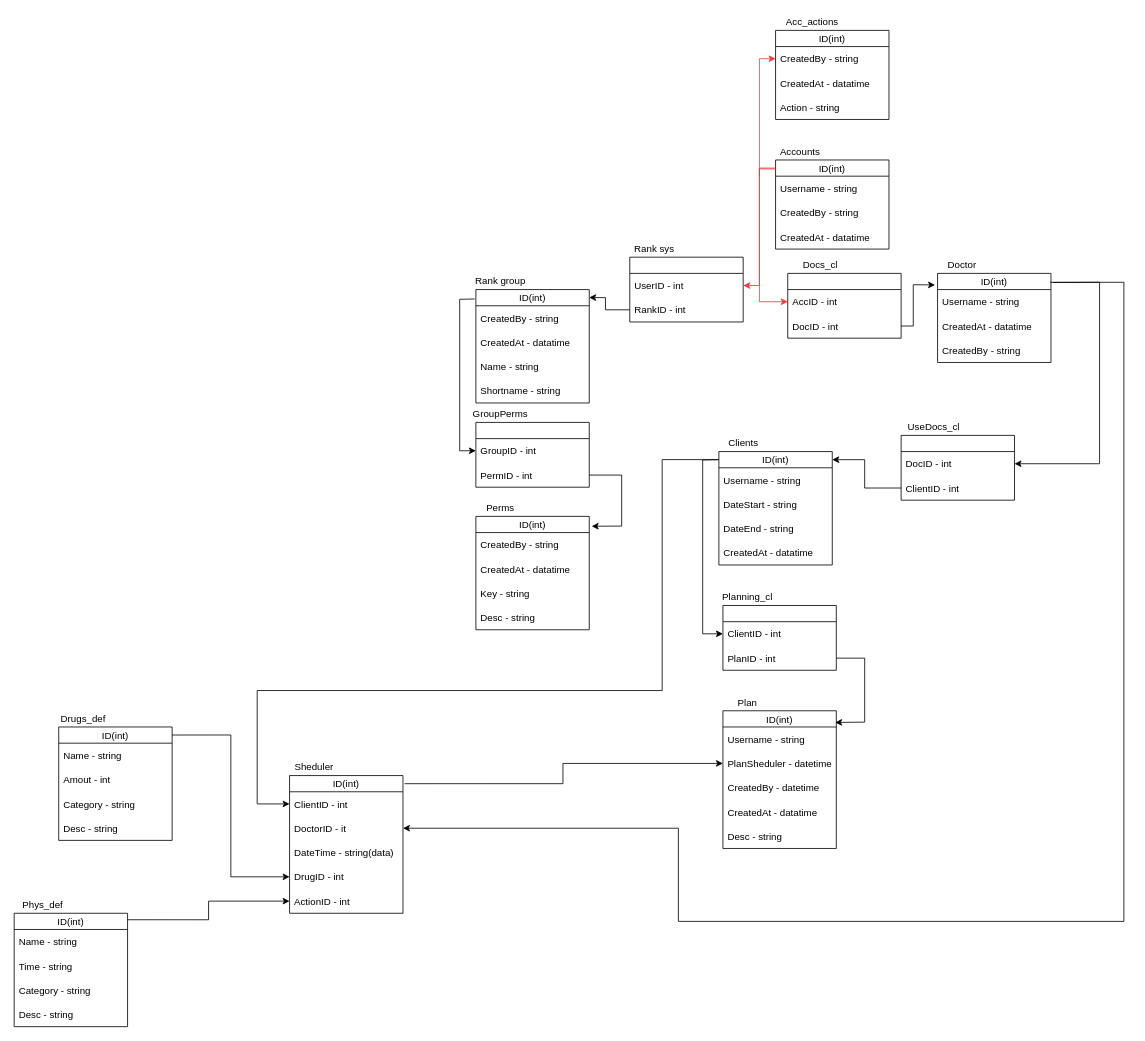
The draw.io diagram database_sv/ASU-BD.drawio in SlinkyLink/ACS-MED, before the edit. Source tidied: cells renumbered, new cells numbered last; positions are measured from the earlier drawing's top-left corner, leaving out a move shared by most shapes. Both pictures are drawn from the tidied source at 81%, with x=0, y=0 at pixel (14, 14).
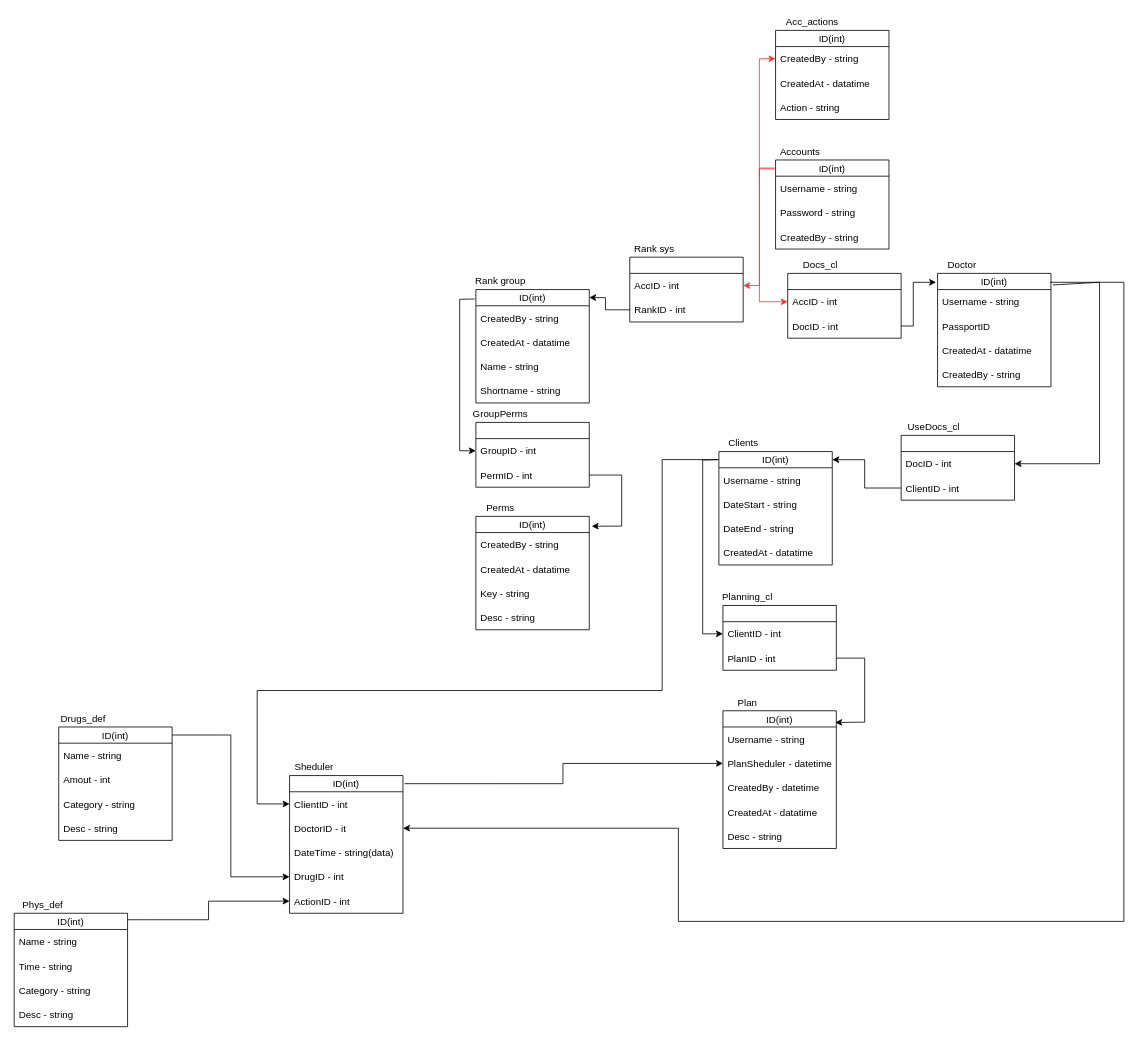
After the change.

Unchanged cells that the change refers to:
```xml
<mxCell id="2" value="ID(int)" style="swimlane;fontStyle=0;horizontal=1;startSize=20;align=center;" parent="1" vertex="1">
  <mxGeometry x="940" y="180" width="140" height="110" as="geometry" />
</mxCell>
<mxCell id="7" style="swimlane;fontStyle=0;horizontal=1;startSize=20;align=center;" parent="1" vertex="1">
  <mxGeometry x="760" y="300" width="140" height="80" as="geometry" />
</mxCell>
<mxCell id="63" value="DocID - int" style="text;strokeColor=none;fillColor=none;align=left;verticalAlign=middle;spacingLeft=4;spacingRight=4;overflow=hidden;points=[[0,0.5],[1,0.5]];portConstraint=eastwest;" parent="61" vertex="1">
  <mxGeometry y="50" width="140" height="30" as="geometry" />
</mxCell>
<mxCell id="81" value="DoctorID - it" style="text;strokeColor=none;fillColor=none;align=left;verticalAlign=middle;spacingLeft=4;spacingRight=4;overflow=hidden;points=[[0,0.5],[1,0.5]];portConstraint=eastwest;" parent="79" vertex="1">
  <mxGeometry y="50" width="140" height="30" as="geometry" />
</mxCell>
```

What changed in the source:
```diff
@@
+    <mxCell id="97" value="Password - string" style="text;strokeColor=none;fillColor=none;align=left;verticalAlign=middle;spacingLeft=4;spacingRight=4;overflow=hidden;" parent="2" vertex="1">
+      <mxGeometry y="50" width="140" height="30" as="geometry" />
+    </mxCell>
     <mxCell id="4" value="CreatedBy - string" style="text;strokeColor=none;fillColor=none;align=left;verticalAlign=middle;spacingLeft=4;spacingRight=4;overflow=hidden;" parent="2" vertex="1">
-      <mxGeometry y="50" width="140" height="30" as="geometry" />
+      <mxGeometry y="80" width="140" height="30" as="geometry" />
     </mxCell>
-    <mxCell id="5" value="CreatedAt - datatime" style="text;strokeColor=none;fillColor=none;align=left;verticalAlign=middle;spacingLeft=4;spacingRight=4;overflow=hidden;" parent="2" vertex="1">
-      <mxGeometry y="80" width="140" height="30" as="geometry" />
-    </mxCell>
@@
-    <mxCell id="8" value="UserID - int" style="text;strokeColor=none;fillColor=none;align=left;verticalAlign=middle;spacingLeft=4;spacingRight=4;overflow=hidden;points=[[0,0.5],[1,0.5]];portConstraint=eastwest;" parent="7" vertex="1">
+    <mxCell id="8" value="AccID - int" style="text;strokeColor=none;fillColor=none;align=left;verticalAlign=middle;spacingLeft=4;spacingRight=4;overflow=hidden;points=[[0,0.5],[1,0.5]];portConstraint=eastwest;" parent="7" vertex="1">
       <mxGeometry y="20" width="140" height="30" as="geometry" />
     </mxCell>
@@
     <mxCell id="56" value="ID(int)" style="swimlane;fontStyle=0;horizontal=1;startSize=20;align=center;" parent="1" vertex="1">
-      <mxGeometry x="1140" y="320" width="140" height="110" as="geometry" />
+      <mxGeometry x="1140" y="320" width="140" height="140" as="geometry" />
     </mxCell>
@@
+    <mxCell id="98" value="PassportID" style="text;strokeColor=none;fillColor=none;align=left;verticalAlign=middle;spacingLeft=4;spacingRight=4;overflow=hidden;" parent="56" vertex="1">
+      <mxGeometry y="50" width="140" height="30" as="geometry" />
+    </mxCell>
     <mxCell id="58" value="CreatedAt - datatime" style="text;strokeColor=none;fillColor=none;align=left;verticalAlign=middle;spacingLeft=4;spacingRight=4;overflow=hidden;" parent="56" vertex="1">
-      <mxGeometry y="50" width="140" height="30" as="geometry" />
+      <mxGeometry y="80" width="140" height="30" as="geometry" />
     </mxCell>
     <mxCell id="59" value="CreatedBy - string" style="text;strokeColor=none;fillColor=none;align=left;verticalAlign=middle;spacingLeft=4;spacingRight=4;overflow=hidden;" parent="56" vertex="1">
-      <mxGeometry y="80" width="140" height="30" as="geometry" />
+      <mxGeometry y="110" width="140" height="30" as="geometry" />
     </mxCell>
@@
-    <mxCell id="65" style="endArrow=classic;html=1;rounded=0;entryX=-0.022;entryY=0.13;entryDx=0;entryDy=0;entryPerimeter=0;exitX=1;exitY=0.5;exitDx=0;exitDy=0;" parent="1" edge="1" source="63" target="56">
+    <mxCell id="65" style="endArrow=classic;html=1;rounded=0;entryX=-0.013;entryY=0.079;entryDx=0;entryDy=0;entryPerimeter=0;exitX=1;exitY=0.5;exitDx=0;exitDy=0;" parent="1" edge="1" source="63" target="56">
       <mxGeometry relative="1" as="geometry">
         <Array as="points">
           <mxPoint x="1110" y="385" />
-          <mxPoint x="1110" y="334" />
+          <mxPoint x="1110" y="331" />
         </Array>
       </mxGeometry>
     </mxCell>
@@
-    <mxCell id="95" style="endArrow=classic;html=1;rounded=0;edgeStyle=orthogonalEdgeStyle;exitX=0.993;exitY=0.1;exitDx=0;exitDy=0;exitPerimeter=0;entryX=1;entryY=0.5;entryDx=0;entryDy=0;" parent="1" edge="1" source="56" target="81">
+    <mxCell id="95" style="endArrow=classic;html=1;rounded=0;edgeStyle=orthogonalEdgeStyle;entryX=1;entryY=0.5;entryDx=0;entryDy=0;" parent="1" edge="1" target="81">
       <mxGeometry relative="1" as="geometry">
+        <mxPoint x="1279" y="331" as="sourcePoint" />
         <Array as="points">
           <mxPoint x="1370" y="331" />
           <mxPoint x="1370" y="1120" />
           <mxPoint x="820" y="1120" />
           <mxPoint x="820" y="1005" />
         </Array>
       </mxGeometry>
     </mxCell>
```
